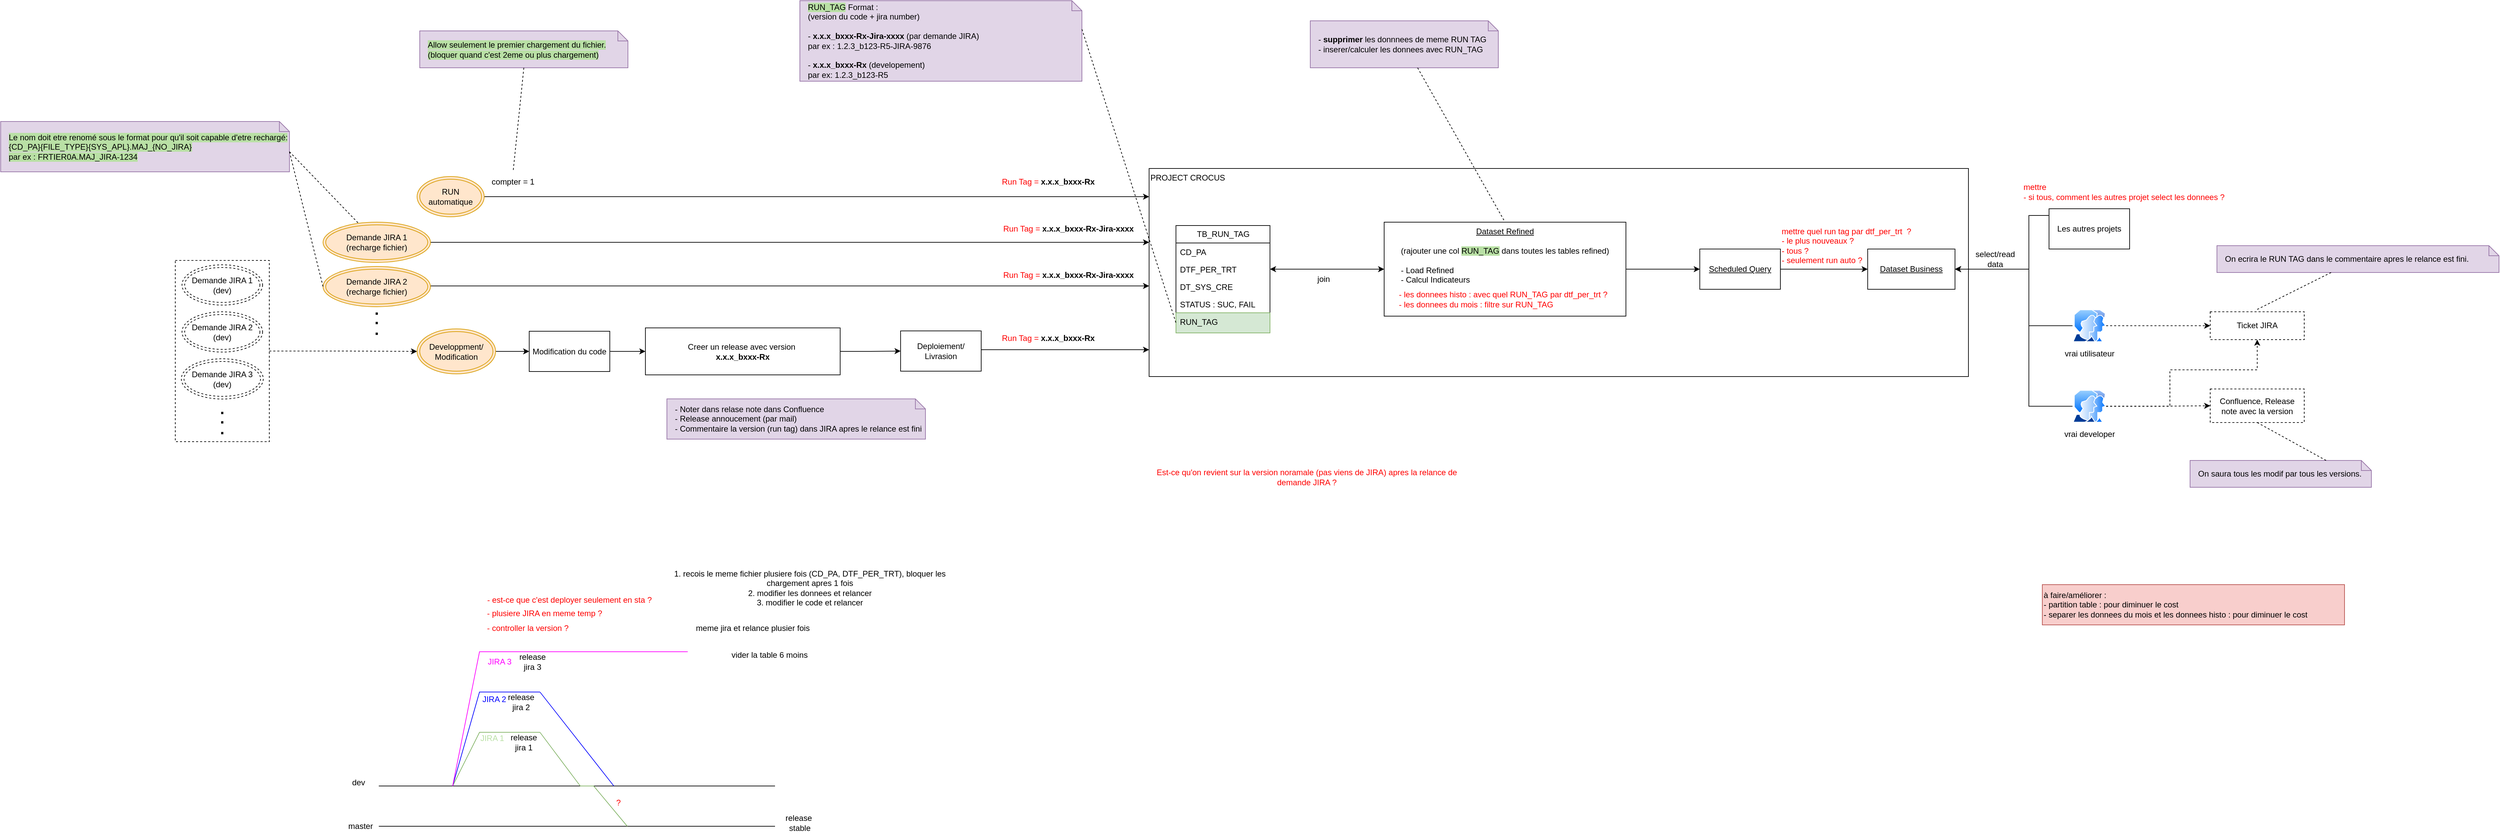
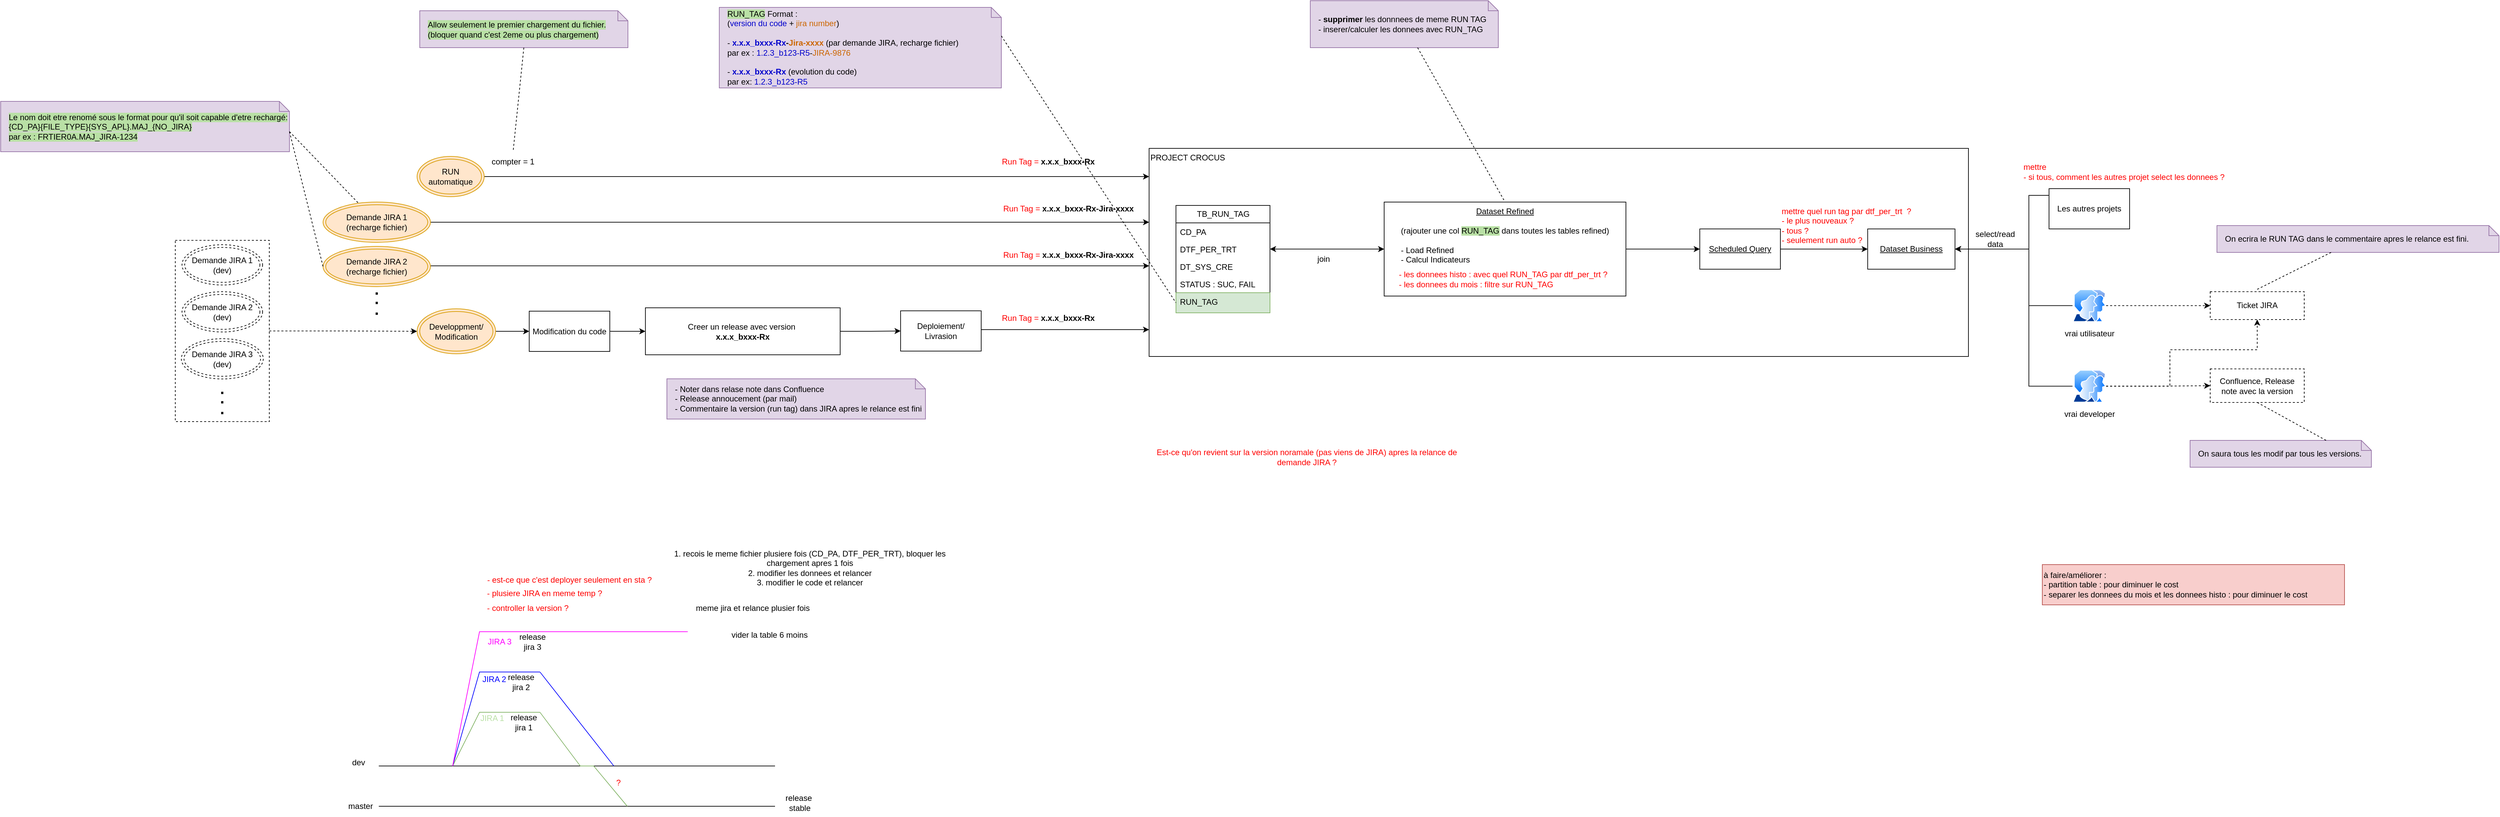
<mxfile host="app.diagrams.net">
  <diagram name="Page-1" id="bEAYSmEDHXBXhFzCy1HB">
-     <mxGraphModel dx="3589" dy="2087" grid="1" gridSize="10" guides="1" tooltips="1" connect="1" arrows="1" fold="1" page="1" pageScale="1" pageWidth="827" pageHeight="1169" math="0" shadow="0">
+     <mxGraphModel dx="3308" dy="2087" grid="1" gridSize="10" guides="1" tooltips="1" connect="1" arrows="1" fold="1" page="1" pageScale="1" pageWidth="827" pageHeight="1169" math="0" shadow="0">
      <root>
        <mxCell id="0" />
        <mxCell id="1" parent="0" />
        <mxCell id="cKu8MT6L8Fp_BZaxLZj7-22" edge="1" parent="1" source="cKu8MT6L8Fp_BZaxLZj7-16" style="edgeStyle=orthogonalEdgeStyle;rounded=0;orthogonalLoop=1;jettySize=auto;html=1;dashed=1;" target="QUzsFoNl6aFI_2ed8XXq-33">
          <mxGeometry relative="1" as="geometry">
            <Array as="points" />
            <mxPoint x="-937.4999999999995" y="382" as="sourcePoint" />
            <mxPoint x="-602.4999999999995" y="365" as="targetPoint" />
          </mxGeometry>
        </mxCell>
        <mxCell id="cKu8MT6L8Fp_BZaxLZj7-16" parent="1" style="rounded=0;whiteSpace=wrap;html=1;dashed=1;" value="" vertex="1">
          <mxGeometry height="270" width="140" x="-1070" y="247" as="geometry" />
        </mxCell>
        <mxCell id="QUzsFoNl6aFI_2ed8XXq-13" parent="1" style="rounded=0;whiteSpace=wrap;html=1;align=left;verticalAlign=top;" value="PROJECT CROCUS" vertex="1">
          <mxGeometry height="310" width="1220" x="380" y="110" as="geometry" />
        </mxCell>
        <mxCell id="QUzsFoNl6aFI_2ed8XXq-1" parent="1" style="swimlane;fontStyle=0;childLayout=stackLayout;horizontal=1;startSize=26;fillColor=none;horizontalStack=0;resizeParent=1;resizeParentMax=0;resizeLast=0;collapsible=1;marginBottom=0;html=1;" value="TB_RUN_TAG" vertex="1">
          <mxGeometry height="160" width="140" x="420" y="195" as="geometry" />
        </mxCell>
        <mxCell id="QUzsFoNl6aFI_2ed8XXq-2" parent="QUzsFoNl6aFI_2ed8XXq-1" style="text;strokeColor=none;fillColor=none;align=left;verticalAlign=top;spacingLeft=4;spacingRight=4;overflow=hidden;rotatable=0;points=[[0,0.5],[1,0.5]];portConstraint=eastwest;whiteSpace=wrap;html=1;" value="CD_PA" vertex="1">
          <mxGeometry height="26" width="140" y="26" as="geometry" />
        </mxCell>
        <mxCell id="QUzsFoNl6aFI_2ed8XXq-3" parent="QUzsFoNl6aFI_2ed8XXq-1" style="text;strokeColor=none;fillColor=none;align=left;verticalAlign=top;spacingLeft=4;spacingRight=4;overflow=hidden;rotatable=0;points=[[0,0.5],[1,0.5]];portConstraint=eastwest;whiteSpace=wrap;html=1;" value="DTF_PER_TRT" vertex="1">
          <mxGeometry height="26" width="140" y="52" as="geometry" />
        </mxCell>
        <mxCell id="QUzsFoNl6aFI_2ed8XXq-4" parent="QUzsFoNl6aFI_2ed8XXq-1" style="text;strokeColor=none;fillColor=none;align=left;verticalAlign=top;spacingLeft=4;spacingRight=4;overflow=hidden;rotatable=0;points=[[0,0.5],[1,0.5]];portConstraint=eastwest;whiteSpace=wrap;html=1;" value="DT_SYS_CRE" vertex="1">
          <mxGeometry height="26" width="140" y="78" as="geometry" />
        </mxCell>
        <mxCell id="QUzsFoNl6aFI_2ed8XXq-105" parent="QUzsFoNl6aFI_2ed8XXq-1" style="text;strokeColor=none;fillColor=none;align=left;verticalAlign=top;spacingLeft=4;spacingRight=4;overflow=hidden;rotatable=0;points=[[0,0.5],[1,0.5]];portConstraint=eastwest;whiteSpace=wrap;html=1;" value="STATUS : SUC, FAIL" vertex="1">
          <mxGeometry height="26" width="140" y="104" as="geometry" />
        </mxCell>
        <mxCell id="QUzsFoNl6aFI_2ed8XXq-5" parent="QUzsFoNl6aFI_2ed8XXq-1" style="text;strokeColor=#82b366;fillColor=#d5e8d4;align=left;verticalAlign=top;spacingLeft=4;spacingRight=4;overflow=hidden;rotatable=0;points=[[0,0.5],[1,0.5]];portConstraint=eastwest;whiteSpace=wrap;html=1;" value="RUN_TAG" vertex="1">
          <mxGeometry height="30" width="140" y="130" as="geometry" />
        </mxCell>
-         <mxCell id="QUzsFoNl6aFI_2ed8XXq-7" parent="1" style="shape=note;size=15;align=left;spacingLeft=10;html=1;whiteSpace=wrap;fillColor=#e1d5e7;strokeColor=#9673a6;" value="&lt;span style=&quot;background-color: rgb(185, 224, 165);&quot;&gt;RUN_TAG&lt;/span&gt; Format :&amp;nbsp;&lt;div&gt;(version du code + jira number)&lt;/div&gt;&lt;div&gt;&lt;br&gt;&lt;div&gt;- &lt;b&gt;x.x.x_bxxx-Rx-Jira-xxxx&lt;/b&gt; (par demande JIRA)&amp;nbsp;&lt;/div&gt;&lt;div&gt;par ex : 1.2.3_b123-R5-JIRA-9876&lt;/div&gt;&lt;div&gt;&lt;br&gt;&lt;/div&gt;&lt;div&gt;-&lt;b&gt; x.x.x_bxxx-Rx&lt;/b&gt; (developement)&lt;/div&gt;&lt;div&gt;&lt;span style=&quot;background-color: transparent; color: light-dark(rgb(0, 0, 0), rgb(255, 255, 255));&quot;&gt;par ex: 1.2.3_b123-R5&lt;/span&gt;&lt;/div&gt;&lt;/div&gt;" vertex="1">
-           <mxGeometry height="120" width="420" x="-140" y="-140" as="geometry" />
+         <mxCell id="QUzsFoNl6aFI_2ed8XXq-7" parent="1" style="shape=note;size=15;align=left;spacingLeft=10;html=1;whiteSpace=wrap;fillColor=#e1d5e7;strokeColor=#9673a6;" value="&lt;span style=&quot;background-color: rgb(185, 224, 165);&quot;&gt;RUN_TAG&lt;/span&gt; Format :&amp;nbsp;&lt;div&gt;(&lt;font style=&quot;color: rgb(0, 0, 204);&quot;&gt;version du code&lt;/font&gt; +&lt;font style=&quot;color: rgb(204, 102, 0);&quot;&gt; &lt;font&gt;jira number&lt;/font&gt;&lt;/font&gt;)&lt;/div&gt;&lt;div&gt;&lt;br&gt;&lt;div&gt;- &lt;b&gt;&lt;font style=&quot;color: rgb(0, 0, 204);&quot;&gt;x.x.x_bxxx-Rx&lt;/font&gt;-&lt;font style=&quot;color: rgb(204, 102, 0);&quot;&gt;Jira-xxxx&lt;/font&gt;&lt;/b&gt; (par demande JIRA, recharge fichier)&amp;nbsp;&lt;/div&gt;&lt;div&gt;par ex : &lt;font style=&quot;color: rgb(0, 0, 204);&quot;&gt;1.2.3_b123-R5&lt;/font&gt;-&lt;font style=&quot;color: rgb(204, 102, 0);&quot;&gt;JIRA-9876&lt;/font&gt;&lt;/div&gt;&lt;div&gt;&lt;br&gt;&lt;/div&gt;&lt;div&gt;-&lt;b&gt; &lt;font style=&quot;color: rgb(0, 0, 204);&quot;&gt;x.x.x_bxxx-Rx&lt;/font&gt;&lt;/b&gt; (evolution du code)&lt;/div&gt;&lt;div&gt;&lt;span style=&quot;background-color: transparent; color: light-dark(rgb(0, 0, 0), rgb(255, 255, 255));&quot;&gt;par ex: &lt;/span&gt;&lt;span style=&quot;background-color: transparent;&quot;&gt;&lt;font style=&quot;color: light-dark(rgb(0, 0, 204), rgb(255, 255, 255));&quot;&gt;1.2.3_b123-R5&lt;/font&gt;&lt;/span&gt;&lt;/div&gt;&lt;/div&gt;" vertex="1">
+           <mxGeometry height="120" width="420" x="-260" y="-100" as="geometry" />
        </mxCell>
        <mxCell id="QUzsFoNl6aFI_2ed8XXq-8" edge="1" parent="1" source="QUzsFoNl6aFI_2ed8XXq-7" style="edgeStyle=none;endArrow=none;exitX=0;exitY=0;dashed=1;html=1;rounded=0;entryX=0;entryY=0.5;entryDx=0;entryDy=0;exitDx=420;exitDy=42.5;exitPerimeter=0;" target="QUzsFoNl6aFI_2ed8XXq-5" value="">
          <mxGeometry relative="1" x="1" as="geometry">
            <mxPoint x="590" y="660" as="targetPoint" />
          </mxGeometry>
        </mxCell>
        <mxCell id="QUzsFoNl6aFI_2ed8XXq-10" parent="1" style="rounded=0;whiteSpace=wrap;html=1;dashed=1;" value="Confluence, Release note avec la v&lt;span style=&quot;background-color: transparent; color: light-dark(rgb(0, 0, 0), rgb(255, 255, 255));&quot;&gt;ersion&lt;/span&gt;" vertex="1">
          <mxGeometry height="50" width="140" x="1960" y="438.5" as="geometry" />
        </mxCell>
        <mxCell id="QUzsFoNl6aFI_2ed8XXq-11" parent="1" style="rounded=0;whiteSpace=wrap;html=1;dashed=1;" value="Ticket JIRA" vertex="1">
          <mxGeometry height="41.5" width="140" x="1960" y="323.5" as="geometry" />
        </mxCell>
        <mxCell id="QUzsFoNl6aFI_2ed8XXq-42" edge="1" parent="1" source="QUzsFoNl6aFI_2ed8XXq-12" style="edgeStyle=orthogonalEdgeStyle;rounded=0;orthogonalLoop=1;jettySize=auto;html=1;entryX=1;entryY=0.5;entryDx=0;entryDy=0;startArrow=classic;startFill=1;" target="QUzsFoNl6aFI_2ed8XXq-3">
          <mxGeometry relative="1" as="geometry" />
        </mxCell>
        <mxCell id="QUzsFoNl6aFI_2ed8XXq-50" edge="1" parent="1" source="QUzsFoNl6aFI_2ed8XXq-12" style="edgeStyle=orthogonalEdgeStyle;rounded=0;orthogonalLoop=1;jettySize=auto;html=1;" target="QUzsFoNl6aFI_2ed8XXq-46">
          <mxGeometry relative="1" as="geometry">
            <Array as="points" />
          </mxGeometry>
        </mxCell>
        <mxCell id="QUzsFoNl6aFI_2ed8XXq-12" parent="1" style="rounded=0;whiteSpace=wrap;html=1;verticalAlign=top;" value="&lt;u&gt;Dataset Refined&lt;/u&gt;&lt;div&gt;&lt;u&gt;&lt;br&gt;&lt;/u&gt;&lt;div&gt;(rajouter une col &lt;span style=&quot;background-color: rgb(185, 224, 165);&quot;&gt;RUN_TAG&lt;/span&gt;&lt;span&gt; &lt;/span&gt;dans toutes les tables refined)&lt;/div&gt;&lt;div&gt;&lt;br&gt;&lt;/div&gt;&lt;div style=&quot;text-align: left;&quot;&gt;- Load Refined&amp;nbsp; &amp;nbsp; &amp;nbsp; &amp;nbsp;&lt;/div&gt;&lt;div style=&quot;text-align: left;&quot;&gt;- Calcul Indicateurs&lt;/div&gt;&lt;/div&gt;" vertex="1">
          <mxGeometry height="140" width="360" x="730" y="190" as="geometry" />
        </mxCell>
        <mxCell id="QUzsFoNl6aFI_2ed8XXq-27" edge="1" parent="1" source="QUzsFoNl6aFI_2ed8XXq-33" style="edgeStyle=orthogonalEdgeStyle;rounded=0;orthogonalLoop=1;jettySize=auto;html=1;entryX=0;entryY=0.5;entryDx=0;entryDy=0;" target="QUzsFoNl6aFI_2ed8XXq-23">
          <mxGeometry relative="1" as="geometry">
            <mxPoint x="-740" y="198" as="sourcePoint" />
          </mxGeometry>
        </mxCell>
        <mxCell id="QUzsFoNl6aFI_2ed8XXq-19" parent="1" style="text;html=1;whiteSpace=wrap;strokeColor=none;fillColor=none;align=center;verticalAlign=middle;rounded=0;fontColor=#0000FF;" value="&lt;font style=&quot;color: rgb(255, 0, 0);&quot;&gt;Run Tag =&amp;nbsp;&lt;/font&gt;&lt;b style=&quot;color: rgb(0, 0, 0); text-align: left;&quot;&gt;x.x.x_bxxx-Rx-Jira-xxxx&lt;/b&gt;" vertex="1">
          <mxGeometry height="30" width="200" x="160" y="253.5" as="geometry" />
        </mxCell>
        <mxCell id="cKu8MT6L8Fp_BZaxLZj7-37" edge="1" parent="1" source="QUzsFoNl6aFI_2ed8XXq-23" style="edgeStyle=orthogonalEdgeStyle;rounded=0;orthogonalLoop=1;jettySize=auto;html=1;" target="QUzsFoNl6aFI_2ed8XXq-25">
          <mxGeometry relative="1" as="geometry" />
        </mxCell>
        <mxCell id="QUzsFoNl6aFI_2ed8XXq-23" parent="1" style="rounded=0;whiteSpace=wrap;html=1;" value="Modification du code" vertex="1">
          <mxGeometry height="60" width="120" x="-543" y="352.5" as="geometry" />
        </mxCell>
        <mxCell id="QUzsFoNl6aFI_2ed8XXq-31" edge="1" parent="1" source="QUzsFoNl6aFI_2ed8XXq-24" style="edgeStyle=orthogonalEdgeStyle;rounded=0;orthogonalLoop=1;jettySize=auto;html=1;" target="QUzsFoNl6aFI_2ed8XXq-13">
          <mxGeometry relative="1" as="geometry">
            <Array as="points">
              <mxPoint x="180" y="380" />
              <mxPoint x="180" y="380" />
            </Array>
            <mxPoint x="380" y="373" as="targetPoint" />
          </mxGeometry>
        </mxCell>
        <mxCell id="QUzsFoNl6aFI_2ed8XXq-24" parent="1" style="rounded=0;whiteSpace=wrap;html=1;" value="Deploiement/ Livrasion" vertex="1">
          <mxGeometry height="60" width="120" x="10" y="352" as="geometry" />
        </mxCell>
        <mxCell id="cKu8MT6L8Fp_BZaxLZj7-38" edge="1" parent="1" source="QUzsFoNl6aFI_2ed8XXq-25" style="edgeStyle=orthogonalEdgeStyle;rounded=0;orthogonalLoop=1;jettySize=auto;html=1;" target="QUzsFoNl6aFI_2ed8XXq-24">
          <mxGeometry relative="1" as="geometry" />
        </mxCell>
        <mxCell id="QUzsFoNl6aFI_2ed8XXq-25" parent="1" style="rounded=0;whiteSpace=wrap;html=1;" value="Creer un release avec version&amp;nbsp;&lt;div&gt;&lt;span style=&quot;text-align: left;&quot;&gt;&lt;b&gt;x.x.x_bxxx-Rx&lt;/b&gt;&lt;/span&gt;&lt;/div&gt;" vertex="1">
          <mxGeometry height="70" width="290" x="-370" y="347.5" as="geometry" />
        </mxCell>
        <mxCell id="QUzsFoNl6aFI_2ed8XXq-33" parent="1" style="ellipse;shape=doubleEllipse;whiteSpace=wrap;html=1;fillColor=#ffe6cc;strokeColor=#d79b00;" value="Developpment/&lt;div&gt;Modification&lt;/div&gt;" vertex="1">
          <mxGeometry height="67" width="117" x="-710" y="349" as="geometry" />
        </mxCell>
        <mxCell id="cKu8MT6L8Fp_BZaxLZj7-5" edge="1" parent="1" style="edgeStyle=orthogonalEdgeStyle;rounded=0;orthogonalLoop=1;jettySize=auto;html=1;">
          <mxGeometry relative="1" as="geometry">
            <Array as="points">
              <mxPoint x="-470" y="285" />
              <mxPoint x="-470" y="285" />
            </Array>
            <mxPoint x="-690.0000000000005" y="285" as="sourcePoint" />
            <mxPoint x="380" y="285" as="targetPoint" />
          </mxGeometry>
        </mxCell>
        <mxCell id="QUzsFoNl6aFI_2ed8XXq-34" parent="1" style="ellipse;shape=doubleEllipse;whiteSpace=wrap;html=1;fillColor=#ffe6cc;strokeColor=#d79b00;" value="Demande JIRA 2&lt;div&gt;(recharge fichier)&lt;/div&gt;" vertex="1">
          <mxGeometry height="60" width="160" x="-850" y="256" as="geometry" />
        </mxCell>
        <mxCell id="QUzsFoNl6aFI_2ed8XXq-36" edge="1" parent="1" source="QUzsFoNl6aFI_2ed8XXq-35" style="edgeStyle=orthogonalEdgeStyle;rounded=0;orthogonalLoop=1;jettySize=auto;html=1;">
          <mxGeometry relative="1" as="geometry">
            <Array as="points">
              <mxPoint x="110" y="152" />
              <mxPoint x="110" y="152" />
            </Array>
            <mxPoint x="380" y="152.0588235294117" as="targetPoint" />
          </mxGeometry>
        </mxCell>
        <mxCell id="QUzsFoNl6aFI_2ed8XXq-35" parent="1" style="ellipse;shape=doubleEllipse;whiteSpace=wrap;html=1;fillColor=#ffe6cc;strokeColor=#d79b00;" value="RUN automatique" vertex="1">
          <mxGeometry height="60" width="100" x="-710" y="122" as="geometry" />
        </mxCell>
        <mxCell id="QUzsFoNl6aFI_2ed8XXq-38" parent="1" style="shape=note;size=15;align=left;spacingLeft=10;html=1;whiteSpace=wrap;fillColor=#e1d5e7;strokeColor=#9673a6;" value="- Noter dans relase note dans Confluence&lt;div&gt;- Release annoucement (par mail)&lt;/div&gt;&lt;div&gt;- Commentaire la version (run tag) dans JIRA apres le relance est fini&lt;/div&gt;" vertex="1">
          <mxGeometry height="60" width="385" x="-338" y="453.25" as="geometry" />
        </mxCell>
        <mxCell id="QUzsFoNl6aFI_2ed8XXq-40" parent="1" style="shape=note;size=15;align=left;spacingLeft=10;html=1;whiteSpace=wrap;fillColor=#e1d5e7;strokeColor=#9673a6;" value="- &lt;b&gt;supprimer &lt;/b&gt;les donnnees de meme RUN TAG&lt;div&gt;- inserer/calculer les donnees avec RUN_TAG&lt;/div&gt;" vertex="1">
          <mxGeometry height="70" width="280" x="620" y="-110" as="geometry" />
        </mxCell>
        <mxCell id="QUzsFoNl6aFI_2ed8XXq-41" edge="1" parent="1" source="QUzsFoNl6aFI_2ed8XXq-40" style="edgeStyle=none;endArrow=none;dashed=1;html=1;rounded=0;entryX=0.5;entryY=0;entryDx=0;entryDy=0;" target="QUzsFoNl6aFI_2ed8XXq-12" value="">
          <mxGeometry relative="1" x="1" as="geometry">
            <mxPoint x="720" y="650" as="sourcePoint" />
            <mxPoint x="772" y="500" as="targetPoint" />
          </mxGeometry>
        </mxCell>
        <mxCell id="QUzsFoNl6aFI_2ed8XXq-43" parent="1" style="text;html=1;whiteSpace=wrap;strokeColor=none;fillColor=none;align=left;verticalAlign=middle;rounded=0;" value="&lt;font style=&quot;color: rgb(255, 0, 0);&quot;&gt;- les donnees histo : avec quel RUN_TAG par dtf_per_trt ?&lt;/font&gt;&lt;div&gt;&lt;font style=&quot;color: rgb(255, 0, 0);&quot;&gt;- les donnees du mois : f&lt;/font&gt;&lt;span style=&quot;color: light-dark(rgb(255, 0, 0), rgb(255, 144, 144)); background-color: transparent;&quot;&gt;iltre sur RUN_TAG&lt;/span&gt;&lt;/div&gt;" vertex="1">
          <mxGeometry height="30" width="330" x="750" y="290" as="geometry" />
        </mxCell>
        <mxCell id="QUzsFoNl6aFI_2ed8XXq-45" parent="1" style="rounded=0;whiteSpace=wrap;html=1;" value="&lt;u&gt;Dataset Business&lt;/u&gt;" vertex="1">
          <mxGeometry height="60" width="130" x="1450" y="230" as="geometry" />
        </mxCell>
        <mxCell id="QUzsFoNl6aFI_2ed8XXq-48" edge="1" parent="1" source="QUzsFoNl6aFI_2ed8XXq-46" style="edgeStyle=orthogonalEdgeStyle;rounded=0;orthogonalLoop=1;jettySize=auto;html=1;" target="QUzsFoNl6aFI_2ed8XXq-45">
          <mxGeometry relative="1" as="geometry" />
        </mxCell>
        <mxCell id="QUzsFoNl6aFI_2ed8XXq-46" parent="1" style="rounded=0;whiteSpace=wrap;html=1;" value="&lt;u&gt;Scheduled Query&lt;/u&gt;" vertex="1">
          <mxGeometry height="60" width="120" x="1200" y="230" as="geometry" />
        </mxCell>
        <mxCell id="QUzsFoNl6aFI_2ed8XXq-51" parent="1" style="text;html=1;whiteSpace=wrap;strokeColor=none;fillColor=none;align=left;verticalAlign=middle;rounded=0;fontColor=#FF0000;" value="mettre quel run tag par dtf_per_trt&amp;nbsp;&amp;nbsp;?&amp;nbsp;&lt;div&gt;- le plus nouveaux ?&lt;/div&gt;&lt;div&gt;- tous ?&lt;/div&gt;&lt;div&gt;- seulement run auto ?&lt;/div&gt;" vertex="1">
          <mxGeometry height="30" width="370" x="1320" y="210" as="geometry" />
        </mxCell>
        <mxCell id="QUzsFoNl6aFI_2ed8XXq-59" edge="1" parent="1" source="QUzsFoNl6aFI_2ed8XXq-52" style="edgeStyle=orthogonalEdgeStyle;rounded=0;orthogonalLoop=1;jettySize=auto;html=1;entryX=1;entryY=0.5;entryDx=0;entryDy=0;" target="QUzsFoNl6aFI_2ed8XXq-45">
          <mxGeometry relative="1" as="geometry">
            <Array as="points">
              <mxPoint x="1690" y="180" />
              <mxPoint x="1690" y="260" />
            </Array>
          </mxGeometry>
        </mxCell>
        <mxCell id="QUzsFoNl6aFI_2ed8XXq-52" parent="1" style="rounded=0;whiteSpace=wrap;html=1;" value="Les autres projets" vertex="1">
          <mxGeometry height="60" width="120" x="1720" y="170" as="geometry" />
        </mxCell>
        <mxCell id="QUzsFoNl6aFI_2ed8XXq-58" edge="1" parent="1" source="QUzsFoNl6aFI_2ed8XXq-57" style="edgeStyle=orthogonalEdgeStyle;rounded=0;orthogonalLoop=1;jettySize=auto;html=1;entryX=1;entryY=0.5;entryDx=0;entryDy=0;" target="QUzsFoNl6aFI_2ed8XXq-45">
          <mxGeometry relative="1" as="geometry">
            <Array as="points">
              <mxPoint x="1690" y="344" />
              <mxPoint x="1690" y="260" />
            </Array>
          </mxGeometry>
        </mxCell>
        <mxCell id="QUzsFoNl6aFI_2ed8XXq-65" edge="1" parent="1" source="QUzsFoNl6aFI_2ed8XXq-57" style="edgeStyle=orthogonalEdgeStyle;rounded=0;orthogonalLoop=1;jettySize=auto;html=1;dashed=1;" target="QUzsFoNl6aFI_2ed8XXq-11">
          <mxGeometry relative="1" as="geometry" />
        </mxCell>
        <mxCell id="QUzsFoNl6aFI_2ed8XXq-57" parent="1" style="image;aspect=fixed;perimeter=ellipsePerimeter;html=1;align=center;shadow=0;dashed=0;spacingTop=3;image=img/lib/active_directory/user_accounts.svg;" value="vrai utilisateur" vertex="1">
          <mxGeometry height="48.5" width="50" x="1755" y="320" as="geometry" />
        </mxCell>
        <mxCell id="QUzsFoNl6aFI_2ed8XXq-60" parent="1" style="text;html=1;whiteSpace=wrap;strokeColor=none;fillColor=none;align=center;verticalAlign=middle;rounded=0;" value="select/read data" vertex="1">
          <mxGeometry height="30" width="60" x="1610" y="230" as="geometry" />
        </mxCell>
        <mxCell id="QUzsFoNl6aFI_2ed8XXq-63" edge="1" parent="1" source="QUzsFoNl6aFI_2ed8XXq-62" style="edgeStyle=orthogonalEdgeStyle;rounded=0;orthogonalLoop=1;jettySize=auto;html=1;entryX=1;entryY=0.5;entryDx=0;entryDy=0;" target="QUzsFoNl6aFI_2ed8XXq-45">
          <mxGeometry relative="1" as="geometry">
            <Array as="points">
              <mxPoint x="1690" y="464" />
              <mxPoint x="1690" y="260" />
            </Array>
          </mxGeometry>
        </mxCell>
        <mxCell id="QUzsFoNl6aFI_2ed8XXq-66" edge="1" parent="1" source="QUzsFoNl6aFI_2ed8XXq-62" style="edgeStyle=orthogonalEdgeStyle;rounded=0;orthogonalLoop=1;jettySize=auto;html=1;dashed=1;" target="QUzsFoNl6aFI_2ed8XXq-10">
          <mxGeometry relative="1" as="geometry" />
        </mxCell>
        <mxCell id="QUzsFoNl6aFI_2ed8XXq-68" edge="1" parent="1" source="QUzsFoNl6aFI_2ed8XXq-62" style="edgeStyle=orthogonalEdgeStyle;rounded=0;orthogonalLoop=1;jettySize=auto;html=1;entryX=0.5;entryY=1;entryDx=0;entryDy=0;dashed=1;" target="QUzsFoNl6aFI_2ed8XXq-11">
          <mxGeometry relative="1" as="geometry">
            <Array as="points">
              <mxPoint x="1900" y="464" />
              <mxPoint x="1900" y="410" />
              <mxPoint x="2030" y="410" />
            </Array>
          </mxGeometry>
        </mxCell>
        <mxCell id="QUzsFoNl6aFI_2ed8XXq-62" parent="1" style="image;aspect=fixed;perimeter=ellipsePerimeter;html=1;align=center;shadow=0;dashed=0;spacingTop=3;image=img/lib/active_directory/user_accounts.svg;" value="vrai developer" vertex="1">
          <mxGeometry height="48.5" width="50" x="1755" y="440" as="geometry" />
        </mxCell>
        <mxCell id="QUzsFoNl6aFI_2ed8XXq-69" parent="1" style="shape=note;size=15;align=left;spacingLeft=10;html=1;whiteSpace=wrap;fillColor=#e1d5e7;strokeColor=#9673a6;" value="On ecrira le RUN TAG dans le commentaire apres le relance est fini." vertex="1">
          <mxGeometry height="40" width="420" x="1970" y="225" as="geometry" />
        </mxCell>
        <mxCell id="QUzsFoNl6aFI_2ed8XXq-70" edge="1" parent="1" source="QUzsFoNl6aFI_2ed8XXq-69" style="edgeStyle=none;endArrow=none;dashed=1;html=1;rounded=0;" value="">
          <mxGeometry relative="1" x="1" as="geometry">
            <mxPoint x="970" y="210" as="sourcePoint" />
            <mxPoint x="2030" y="320" as="targetPoint" />
          </mxGeometry>
        </mxCell>
        <mxCell id="QUzsFoNl6aFI_2ed8XXq-71" parent="1" style="shape=note;size=15;align=left;spacingLeft=10;html=1;whiteSpace=wrap;fillColor=#e1d5e7;strokeColor=#9673a6;" value="On saura tous les modif par tous les versions." vertex="1">
          <mxGeometry height="40" width="270" x="1930" y="545" as="geometry" />
        </mxCell>
        <mxCell id="QUzsFoNl6aFI_2ed8XXq-72" edge="1" parent="1" source="QUzsFoNl6aFI_2ed8XXq-71" style="edgeStyle=none;endArrow=none;dashed=1;html=1;rounded=0;entryX=0.5;entryY=1;entryDx=0;entryDy=0;exitX=0;exitY=0;exitDx=202.5;exitDy=0;exitPerimeter=0;" target="QUzsFoNl6aFI_2ed8XXq-10" value="">
          <mxGeometry relative="1" x="1" as="geometry">
            <mxPoint x="2180" y="470" as="sourcePoint" />
            <mxPoint x="2070" y="525" as="targetPoint" />
          </mxGeometry>
        </mxCell>
        <mxCell id="QUzsFoNl6aFI_2ed8XXq-73" parent="1" style="text;html=1;whiteSpace=wrap;strokeColor=none;fillColor=none;align=left;verticalAlign=middle;rounded=0;fontColor=#FF0000;" value="mettre&amp;nbsp;&lt;div&gt;&lt;span style=&quot;background-color: transparent; color: light-dark(rgb(255, 0, 0), rgb(255, 144, 144));&quot;&gt;- si tous, comment les autres projet select les donnees ?&lt;/span&gt;&lt;/div&gt;" vertex="1">
          <mxGeometry height="30" width="370" x="1680" y="130" as="geometry" />
        </mxCell>
        <mxCell id="QUzsFoNl6aFI_2ed8XXq-74" parent="1" style="rounded=0;whiteSpace=wrap;html=1;align=left;fillColor=#f8cecc;strokeColor=#b85450;" value="à faire/améliorer :&lt;div&gt;- partition table : pour diminuer le cost&lt;/div&gt;&lt;div&gt;- separer les donnees du mois et les donnees histo&amp;nbsp;&lt;span style=&quot;background-color: transparent; color: light-dark(rgb(0, 0, 0), rgb(255, 255, 255));&quot;&gt;: pour diminuer le cost&lt;/span&gt;&lt;/div&gt;" vertex="1">
          <mxGeometry height="60" width="450" x="1710" y="730" as="geometry" />
        </mxCell>
        <mxCell id="QUzsFoNl6aFI_2ed8XXq-76" parent="1" style="text;html=1;whiteSpace=wrap;strokeColor=none;fillColor=none;align=center;verticalAlign=middle;rounded=0;" value="join" vertex="1">
          <mxGeometry height="30" width="60" x="610" y="260" as="geometry" />
        </mxCell>
        <mxCell id="QUzsFoNl6aFI_2ed8XXq-77" parent="1" style="text;html=1;whiteSpace=wrap;strokeColor=none;fillColor=none;align=center;verticalAlign=middle;rounded=0;fontColor=#FF0000;" value="Est-ce qu&#39;on revient sur la version noramale (pas viens de JIRA) apres la relance de demande JIRA ?" vertex="1">
          <mxGeometry height="30" width="470" x="380" y="555" as="geometry" />
        </mxCell>
        <mxCell id="QUzsFoNl6aFI_2ed8XXq-78" parent="1" style="text;html=1;whiteSpace=wrap;strokeColor=none;fillColor=none;align=center;verticalAlign=middle;rounded=0;fontColor=#FF0000;" value="- est-ce que c&#39;est deployer seulement en sta ?" vertex="1">
          <mxGeometry height="30" width="290" x="-628" y="738" as="geometry" />
        </mxCell>
        <mxCell id="QUzsFoNl6aFI_2ed8XXq-79" parent="1" style="text;html=1;whiteSpace=wrap;strokeColor=none;fillColor=none;align=center;verticalAlign=middle;rounded=0;fontColor=#FF0000;" value="- plusiere JIRA en meme temp ?" vertex="1">
          <mxGeometry height="30" width="290" x="-665" y="758" as="geometry" />
        </mxCell>
        <mxCell id="QUzsFoNl6aFI_2ed8XXq-80" parent="1" style="text;html=1;whiteSpace=wrap;strokeColor=none;fillColor=none;align=center;verticalAlign=middle;rounded=0;fontColor=#FF0000;" value="- controller la version ?" vertex="1">
          <mxGeometry height="30" width="290" x="-690" y="780" as="geometry" />
        </mxCell>
        <mxCell id="QUzsFoNl6aFI_2ed8XXq-81" edge="1" parent="1" style="endArrow=none;html=1;rounded=0;" value="">
          <mxGeometry height="50" relative="1" width="50" as="geometry">
            <mxPoint x="-767" y="1030" as="sourcePoint" />
            <mxPoint x="-177" y="1030" as="targetPoint" />
          </mxGeometry>
        </mxCell>
        <mxCell id="QUzsFoNl6aFI_2ed8XXq-83" edge="1" parent="1" style="endArrow=none;html=1;rounded=0;fillColor=#d5e8d4;strokeColor=#82b366;" value="">
          <mxGeometry height="50" relative="1" width="50" as="geometry">
            <Array as="points">
              <mxPoint x="-617" y="950" />
            </Array>
            <mxPoint x="-657" y="1030" as="sourcePoint" />
            <mxPoint x="-527" y="950" as="targetPoint" />
          </mxGeometry>
        </mxCell>
        <mxCell id="QUzsFoNl6aFI_2ed8XXq-84" parent="1" style="text;html=1;whiteSpace=wrap;strokeColor=none;fillColor=none;align=center;verticalAlign=middle;rounded=0;" value="dev" vertex="1">
          <mxGeometry height="30" width="60" x="-827" y="1010" as="geometry" />
        </mxCell>
        <mxCell id="QUzsFoNl6aFI_2ed8XXq-85" edge="1" parent="1" style="endArrow=none;html=1;rounded=0;strokeColor=#0000FF;" value="">
          <mxGeometry height="50" relative="1" width="50" as="geometry">
            <Array as="points">
              <mxPoint x="-617" y="890" />
            </Array>
            <mxPoint x="-657" y="1030" as="sourcePoint" />
            <mxPoint x="-527" y="890" as="targetPoint" />
          </mxGeometry>
        </mxCell>
        <mxCell id="QUzsFoNl6aFI_2ed8XXq-86" edge="1" parent="1" style="endArrow=none;html=1;rounded=0;strokeColor=#FF00FF;" value="">
          <mxGeometry height="50" relative="1" width="50" as="geometry">
            <Array as="points">
              <mxPoint x="-617" y="830" />
            </Array>
            <mxPoint x="-657" y="1030" as="sourcePoint" />
            <mxPoint x="-307" y="830" as="targetPoint" />
          </mxGeometry>
        </mxCell>
        <mxCell id="QUzsFoNl6aFI_2ed8XXq-87" parent="1" style="text;html=1;whiteSpace=wrap;strokeColor=none;fillColor=none;align=center;verticalAlign=middle;rounded=0;fontColor=#B9E0A5;" value="JIRA 1" vertex="1">
          <mxGeometry height="30" width="60" x="-628" y="944" as="geometry" />
        </mxCell>
        <mxCell id="QUzsFoNl6aFI_2ed8XXq-88" parent="1" style="text;html=1;whiteSpace=wrap;strokeColor=none;fillColor=none;align=center;verticalAlign=middle;rounded=0;fontColor=#0000FF;" value="JIRA 2" vertex="1">
          <mxGeometry height="30" width="60" x="-625" y="886" as="geometry" />
        </mxCell>
        <mxCell id="QUzsFoNl6aFI_2ed8XXq-89" parent="1" style="text;html=1;whiteSpace=wrap;strokeColor=none;fillColor=none;align=center;verticalAlign=middle;rounded=0;fontColor=#FF00FF;" value="JIRA 3" vertex="1">
          <mxGeometry height="30" width="60" x="-617" y="830" as="geometry" />
        </mxCell>
        <mxCell id="QUzsFoNl6aFI_2ed8XXq-90" edge="1" parent="1" style="endArrow=none;html=1;rounded=0;" value="">
          <mxGeometry height="50" relative="1" width="50" as="geometry">
            <mxPoint x="-767" y="1090" as="sourcePoint" />
            <mxPoint x="-177" y="1090" as="targetPoint" />
          </mxGeometry>
        </mxCell>
        <mxCell id="QUzsFoNl6aFI_2ed8XXq-91" parent="1" style="text;html=1;whiteSpace=wrap;strokeColor=none;fillColor=none;align=center;verticalAlign=middle;rounded=0;" value="master" vertex="1">
          <mxGeometry height="30" width="60" x="-824" y="1075" as="geometry" />
        </mxCell>
        <mxCell id="QUzsFoNl6aFI_2ed8XXq-92" edge="1" parent="1" style="endArrow=none;html=1;rounded=0;fillColor=#d5e8d4;strokeColor=#82b366;" value="">
          <mxGeometry height="50" relative="1" width="50" as="geometry">
            <mxPoint x="-527" y="950" as="sourcePoint" />
            <mxPoint x="-467" y="1030" as="targetPoint" />
          </mxGeometry>
        </mxCell>
        <mxCell id="QUzsFoNl6aFI_2ed8XXq-94" edge="1" parent="1" style="endArrow=none;html=1;rounded=0;strokeColor=#0000FF;" value="">
          <mxGeometry height="50" relative="1" width="50" as="geometry">
            <mxPoint x="-527" y="890" as="sourcePoint" />
            <mxPoint x="-417" y="1030" as="targetPoint" />
          </mxGeometry>
        </mxCell>
        <mxCell id="QUzsFoNl6aFI_2ed8XXq-95" edge="1" parent="1" style="endArrow=none;html=1;rounded=0;fillColor=#d5e8d4;strokeColor=#82b366;" value="">
          <mxGeometry height="50" relative="1" width="50" as="geometry">
            <mxPoint x="-447" y="1030" as="sourcePoint" />
            <mxPoint x="-397" y="1090" as="targetPoint" />
          </mxGeometry>
        </mxCell>
        <mxCell id="QUzsFoNl6aFI_2ed8XXq-96" edge="1" parent="1" style="endArrow=none;html=1;rounded=0;fillColor=#d5e8d4;strokeColor=#82b366;" value="">
          <mxGeometry height="50" relative="1" width="50" as="geometry">
            <mxPoint x="-467" y="1030" as="sourcePoint" />
            <mxPoint x="-447" y="1030" as="targetPoint" />
          </mxGeometry>
        </mxCell>
        <mxCell id="QUzsFoNl6aFI_2ed8XXq-98" parent="1" style="text;html=1;whiteSpace=wrap;strokeColor=none;fillColor=none;align=center;verticalAlign=middle;rounded=0;" value="release jira 2" vertex="1">
          <mxGeometry height="30" width="60" x="-585" y="890" as="geometry" />
        </mxCell>
        <mxCell id="QUzsFoNl6aFI_2ed8XXq-99" parent="1" style="text;html=1;whiteSpace=wrap;strokeColor=none;fillColor=none;align=center;verticalAlign=middle;rounded=0;" value="release jira 1" vertex="1">
          <mxGeometry height="30" width="60" x="-581" y="950" as="geometry" />
        </mxCell>
        <mxCell id="QUzsFoNl6aFI_2ed8XXq-100" parent="1" style="text;html=1;whiteSpace=wrap;strokeColor=none;fillColor=none;align=center;verticalAlign=middle;rounded=0;" value="release jira 3" vertex="1">
          <mxGeometry height="30" width="60" x="-568" y="830" as="geometry" />
        </mxCell>
        <mxCell id="QUzsFoNl6aFI_2ed8XXq-101" parent="1" style="text;html=1;whiteSpace=wrap;strokeColor=none;fillColor=none;align=center;verticalAlign=middle;rounded=0;" value="release&amp;nbsp; stable" vertex="1">
          <mxGeometry height="30" width="60" x="-170" y="1070" as="geometry" />
        </mxCell>
        <mxCell id="QUzsFoNl6aFI_2ed8XXq-103" parent="1" style="text;html=1;whiteSpace=wrap;strokeColor=none;fillColor=none;align=center;verticalAlign=middle;rounded=0;fontColor=#FF0000;" value="?" vertex="1">
          <mxGeometry height="30" width="60" x="-440" y="1040" as="geometry" />
        </mxCell>
        <mxCell id="QUzsFoNl6aFI_2ed8XXq-104" parent="1" style="text;html=1;whiteSpace=wrap;strokeColor=none;fillColor=none;align=center;verticalAlign=middle;rounded=0;" value="compter = 1" vertex="1">
          <mxGeometry height="30" width="100" x="-617" y="115" as="geometry" />
        </mxCell>
        <mxCell id="QUzsFoNl6aFI_2ed8XXq-106" parent="1" style="text;html=1;whiteSpace=wrap;strokeColor=none;fillColor=none;align=center;verticalAlign=middle;rounded=0;" value="1. recois le meme fichier plusiere fois (CD_PA, DTF_PER_TRT), bloquer les chargement apres 1 fois&lt;div&gt;2. modifier les donnees et relancer&lt;/div&gt;&lt;div&gt;3. modifier le code et relancer&lt;/div&gt;" vertex="1">
          <mxGeometry height="30" width="470" x="-360" y="720" as="geometry" />
        </mxCell>
        <mxCell id="QUzsFoNl6aFI_2ed8XXq-107" parent="1" style="text;html=1;whiteSpace=wrap;strokeColor=none;fillColor=none;align=center;verticalAlign=middle;rounded=0;" value="meme jira et relance plusier fois" vertex="1">
          <mxGeometry height="30" width="240" x="-330" y="780" as="geometry" />
        </mxCell>
        <mxCell id="QUzsFoNl6aFI_2ed8XXq-108" parent="1" style="text;html=1;whiteSpace=wrap;strokeColor=none;fillColor=none;align=center;verticalAlign=middle;rounded=0;" value="vider la table 6 moins" vertex="1">
          <mxGeometry height="30" width="170" x="-270" y="820" as="geometry" />
        </mxCell>
        <mxCell id="cKu8MT6L8Fp_BZaxLZj7-1" parent="1" style="shape=note;size=15;align=left;spacingLeft=10;html=1;whiteSpace=wrap;fillColor=#e1d5e7;strokeColor=#9673a6;" value="&lt;span style=&quot;background-color: rgb(185, 224, 165);&quot;&gt;Allow seulement le premier chargement du fichier.&lt;br&gt;(bloquer quand c&#39;est 2eme ou plus chargement)&lt;/span&gt;" vertex="1">
          <mxGeometry height="55" width="310" x="-706" y="-95" as="geometry" />
        </mxCell>
        <mxCell id="cKu8MT6L8Fp_BZaxLZj7-2" edge="1" parent="1" source="cKu8MT6L8Fp_BZaxLZj7-1" style="edgeStyle=none;endArrow=none;exitX=0.5;exitY=1;dashed=1;html=1;rounded=0;entryX=0.5;entryY=0;entryDx=0;entryDy=0;exitDx=0;exitDy=0;exitPerimeter=0;" target="QUzsFoNl6aFI_2ed8XXq-104" value="">
          <mxGeometry relative="1" x="1" as="geometry">
            <mxPoint x="590" y="300" as="sourcePoint" />
            <mxPoint x="680" y="507" as="targetPoint" />
          </mxGeometry>
        </mxCell>
        <mxCell id="cKu8MT6L8Fp_BZaxLZj7-3" parent="1" style="ellipse;shape=doubleEllipse;whiteSpace=wrap;html=1;dashed=1;" value="Demande JIRA 1&lt;div&gt;(dev)&lt;/div&gt;" vertex="1">
          <mxGeometry height="60" width="120" x="-1060" y="253.5" as="geometry" />
        </mxCell>
        <mxCell id="cKu8MT6L8Fp_BZaxLZj7-7" parent="1" style="text;html=1;whiteSpace=wrap;strokeColor=none;fillColor=none;align=center;verticalAlign=middle;rounded=0;fontColor=#0000FF;" value="&lt;font style=&quot;color: rgb(255, 0, 0);&quot;&gt;Run Tag =&amp;nbsp;&lt;b style=&quot;color: rgb(0, 0, 0); text-align: left;&quot;&gt;x.x.x_bxxx-Rx&lt;/b&gt;&lt;/font&gt;" vertex="1">
          <mxGeometry height="30" width="200" x="130" y="115" as="geometry" />
        </mxCell>
        <mxCell id="cKu8MT6L8Fp_BZaxLZj7-11" parent="1" style="shape=note;size=15;align=left;spacingLeft=10;html=1;whiteSpace=wrap;fillColor=#e1d5e7;strokeColor=#9673a6;" value="&lt;span style=&quot;background-color: rgb(185, 224, 165);&quot;&gt;Le nom doit etre renomé sous le format pour qu&#39;il soit capable d&#39;etre rechargé:&lt;br&gt;{CD_PA}{FILE_TYPE}{SYS_APL}.MAJ_{NO_JIRA}&lt;/span&gt;&lt;div&gt;&lt;span style=&quot;background-color: rgb(185, 224, 165);&quot;&gt;par ex : FRTIER0A.MAJ_JIRA-1234&lt;/span&gt;&lt;/div&gt;" vertex="1">
          <mxGeometry height="75" width="430" x="-1330" y="40" as="geometry" />
        </mxCell>
        <mxCell id="cKu8MT6L8Fp_BZaxLZj7-14" parent="1" style="ellipse;shape=doubleEllipse;whiteSpace=wrap;html=1;dashed=1;" value="Demande JIRA 2&lt;div&gt;(dev)&lt;/div&gt;" vertex="1">
          <mxGeometry height="60" width="120" x="-1060" y="323.5" as="geometry" />
        </mxCell>
        <mxCell id="cKu8MT6L8Fp_BZaxLZj7-15" parent="1" style="ellipse;shape=doubleEllipse;whiteSpace=wrap;html=1;dashed=1;" value="Demande JIRA 3&lt;div&gt;(dev)&lt;/div&gt;" vertex="1">
          <mxGeometry height="60" width="122" x="-1061" y="393.5" as="geometry" />
        </mxCell>
        <mxCell id="cKu8MT6L8Fp_BZaxLZj7-19" parent="1" style="text;html=1;whiteSpace=wrap;strokeColor=none;fillColor=none;align=center;verticalAlign=middle;rounded=0;fontSize=23;fontStyle=1" value="." vertex="1">
          <mxGeometry height="30" width="60" x="-1030" y="453.25" as="geometry" />
        </mxCell>
        <mxCell id="cKu8MT6L8Fp_BZaxLZj7-20" parent="1" style="text;html=1;whiteSpace=wrap;strokeColor=none;fillColor=none;align=center;verticalAlign=middle;rounded=0;fontSize=23;fontStyle=1" value="." vertex="1">
          <mxGeometry height="30" width="60" x="-1030" y="467" as="geometry" />
        </mxCell>
        <mxCell id="cKu8MT6L8Fp_BZaxLZj7-21" parent="1" style="text;html=1;whiteSpace=wrap;strokeColor=none;fillColor=none;align=center;verticalAlign=middle;rounded=0;fontSize=23;fontStyle=1" value="." vertex="1">
          <mxGeometry height="30" width="60" x="-1030" y="483.25" as="geometry" />
        </mxCell>
        <mxCell id="cKu8MT6L8Fp_BZaxLZj7-24" edge="1" parent="1" source="cKu8MT6L8Fp_BZaxLZj7-23" style="edgeStyle=orthogonalEdgeStyle;rounded=0;orthogonalLoop=1;jettySize=auto;html=1;" target="QUzsFoNl6aFI_2ed8XXq-13">
          <mxGeometry relative="1" as="geometry">
            <Array as="points">
              <mxPoint x="120" y="220" />
              <mxPoint x="120" y="220" />
            </Array>
          </mxGeometry>
        </mxCell>
        <mxCell id="cKu8MT6L8Fp_BZaxLZj7-23" parent="1" style="ellipse;shape=doubleEllipse;whiteSpace=wrap;html=1;fillColor=#ffe6cc;strokeColor=#d79b00;" value="Demande JIRA 1&lt;div&gt;(recharge fichier)&lt;/div&gt;" vertex="1">
          <mxGeometry height="60" width="160" x="-850" y="190" as="geometry" />
        </mxCell>
        <mxCell id="cKu8MT6L8Fp_BZaxLZj7-25" edge="1" parent="1" source="cKu8MT6L8Fp_BZaxLZj7-11" style="edgeStyle=none;endArrow=none;exitX=0;exitY=0;dashed=1;html=1;rounded=0;exitDx=430;exitDy=45;exitPerimeter=0;" target="cKu8MT6L8Fp_BZaxLZj7-23" value="">
          <mxGeometry relative="1" x="1" as="geometry">
            <mxPoint x="-520" y="10" as="sourcePoint" />
            <mxPoint x="-490" y="150" as="targetPoint" />
          </mxGeometry>
        </mxCell>
        <mxCell id="cKu8MT6L8Fp_BZaxLZj7-26" edge="1" parent="1" source="cKu8MT6L8Fp_BZaxLZj7-11" style="edgeStyle=none;endArrow=none;exitX=0;exitY=0;dashed=1;html=1;rounded=0;exitDx=430;exitDy=45;exitPerimeter=0;entryX=0;entryY=0.5;entryDx=0;entryDy=0;" target="QUzsFoNl6aFI_2ed8XXq-34" value="">
          <mxGeometry relative="1" x="1" as="geometry">
            <mxPoint x="-900" y="200" as="sourcePoint" />
            <mxPoint x="-801" y="244" as="targetPoint" />
          </mxGeometry>
        </mxCell>
        <mxCell id="cKu8MT6L8Fp_BZaxLZj7-27" parent="1" style="text;html=1;whiteSpace=wrap;strokeColor=none;fillColor=none;align=center;verticalAlign=middle;rounded=0;fontSize=23;fontStyle=1" value="." vertex="1">
          <mxGeometry height="30" width="60" x="-800" y="305" as="geometry" />
        </mxCell>
        <mxCell id="cKu8MT6L8Fp_BZaxLZj7-28" parent="1" style="text;html=1;whiteSpace=wrap;strokeColor=none;fillColor=none;align=center;verticalAlign=middle;rounded=0;fontSize=23;fontStyle=1" value="." vertex="1">
          <mxGeometry height="30" width="60" x="-800" y="335" as="geometry" />
        </mxCell>
        <mxCell id="cKu8MT6L8Fp_BZaxLZj7-29" parent="1" style="text;html=1;whiteSpace=wrap;strokeColor=none;fillColor=none;align=center;verticalAlign=middle;rounded=0;fontSize=23;fontStyle=1" value="." vertex="1">
          <mxGeometry height="30" width="60" x="-800" y="318.5" as="geometry" />
        </mxCell>
        <mxCell id="cKu8MT6L8Fp_BZaxLZj7-31" parent="1" style="text;html=1;whiteSpace=wrap;strokeColor=none;fillColor=none;align=center;verticalAlign=middle;rounded=0;fontColor=#0000FF;" value="&lt;font style=&quot;color: rgb(255, 0, 0);&quot;&gt;Run Tag =&amp;nbsp;&lt;/font&gt;&lt;b style=&quot;color: rgb(0, 0, 0); text-align: left;&quot;&gt;x.x.x_bxxx-Rx-Jira-xxxx&lt;/b&gt;" vertex="1">
          <mxGeometry height="30" width="200" x="160" y="185" as="geometry" />
        </mxCell>
        <mxCell id="cKu8MT6L8Fp_BZaxLZj7-33" parent="1" style="text;html=1;whiteSpace=wrap;strokeColor=none;fillColor=none;align=center;verticalAlign=middle;rounded=0;fontColor=#0000FF;" value="&lt;font style=&quot;color: rgb(255, 0, 0);&quot;&gt;Run Tag =&amp;nbsp;&lt;b style=&quot;color: rgb(0, 0, 0); text-align: left;&quot;&gt;x.x.x_bxxx-Rx&lt;/b&gt;&lt;/font&gt;" vertex="1">
          <mxGeometry height="30" width="200" x="130" y="347.5" as="geometry" />
        </mxCell>
      </root>
    </mxGraphModel>
  </diagram>
</mxfile>
